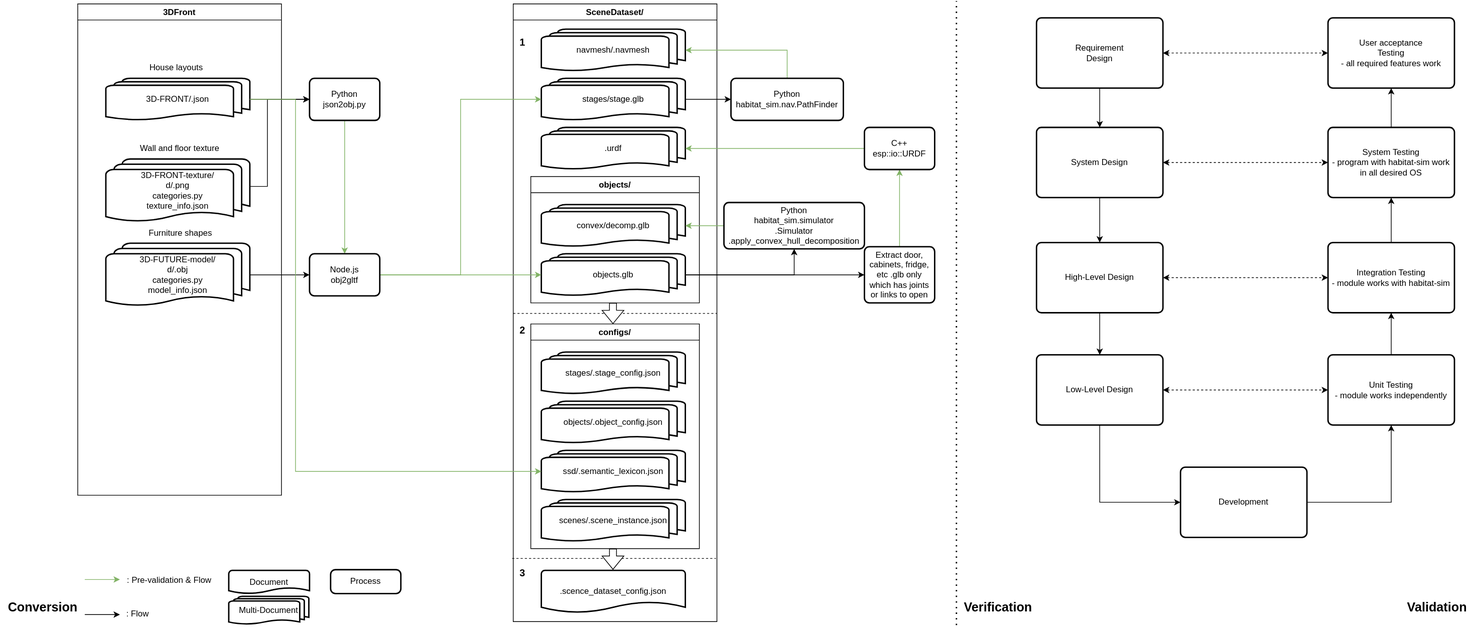
Above: 3DFront.drawio.svg in ZacksAmber/habitat-pipeline (draw.io), before the change. Source tidied: cells renumbered, new cells last; positions are measured from the earlier drawing's top-left corner, leaving out a move shared by most shapes.
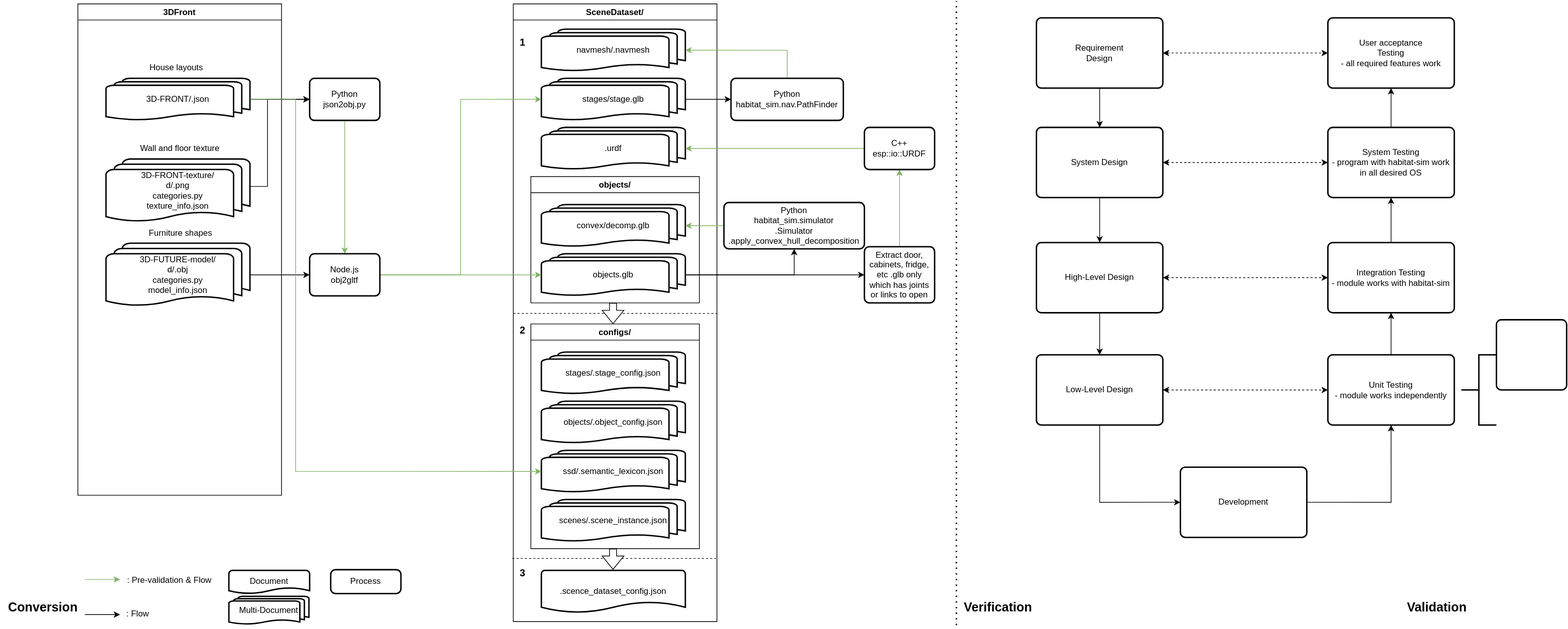
After the commit.

Diff of the diagram source:
```diff
@@ -276,5 +276,11 @@
     <mxCell id="80" value="&lt;h2&gt;Validation&lt;/h2&gt;" style="text;html=1;align=center;verticalAlign=middle;strokeColor=none;fillColor=none;" parent="1" vertex="1">
       <mxGeometry x="1990" y="834" width="110" height="60" as="geometry" />
     </mxCell>
+    <mxCell id="81" style="strokeWidth=2;html=1;shape=mxgraph.flowchart.annotation_2;align=left;labelPosition=right;fillStyle=auto;fillColor=#FFFFFF;" parent="1" vertex="1">
+      <mxGeometry x="2080" y="504" width="50" height="100" as="geometry" />
+    </mxCell>
+    <mxCell id="82" style="rounded=1;whiteSpace=wrap;html=1;absoluteArcSize=1;arcSize=14;strokeWidth=2;fillStyle=auto;fillColor=#FFFFFF;" parent="1" vertex="1">
+      <mxGeometry x="2130" y="454" width="100" height="100" as="geometry" />
+    </mxCell>
   </root>
 </mxGraphModel>
```
